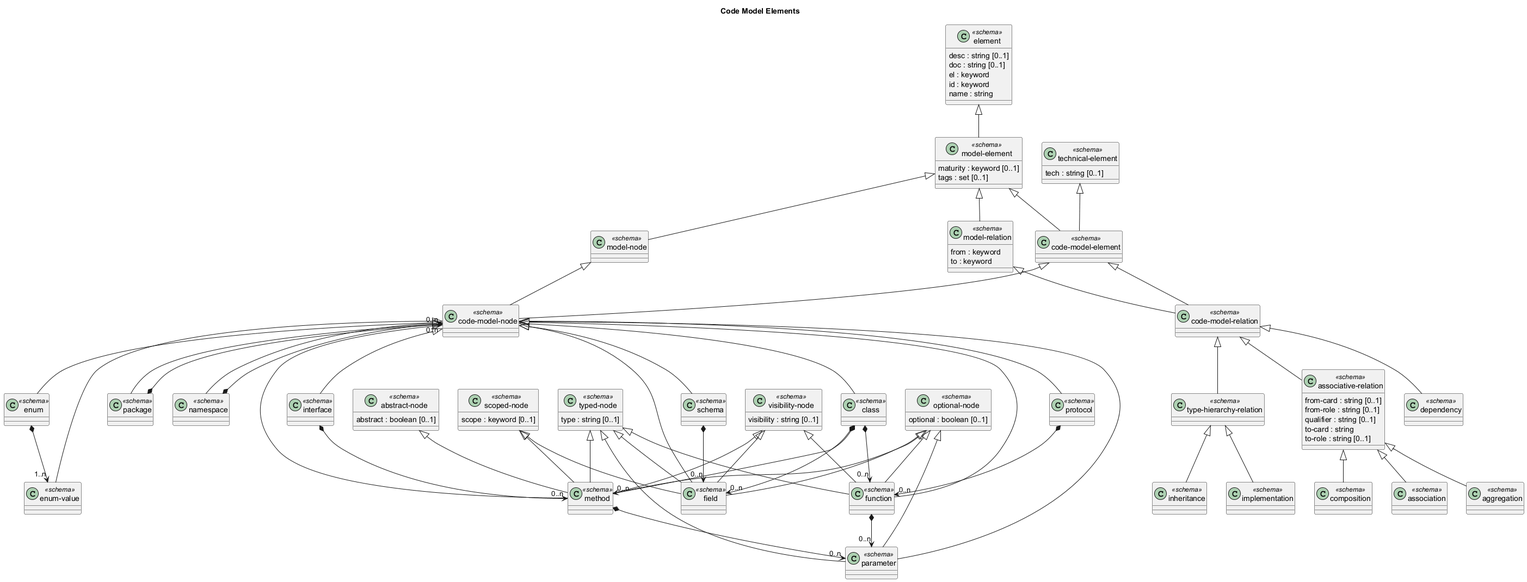
This is docs/overarch/data-model/code-model-elements.png from soulspace-org/overarch, a PlantUML export, as it was before one commit.
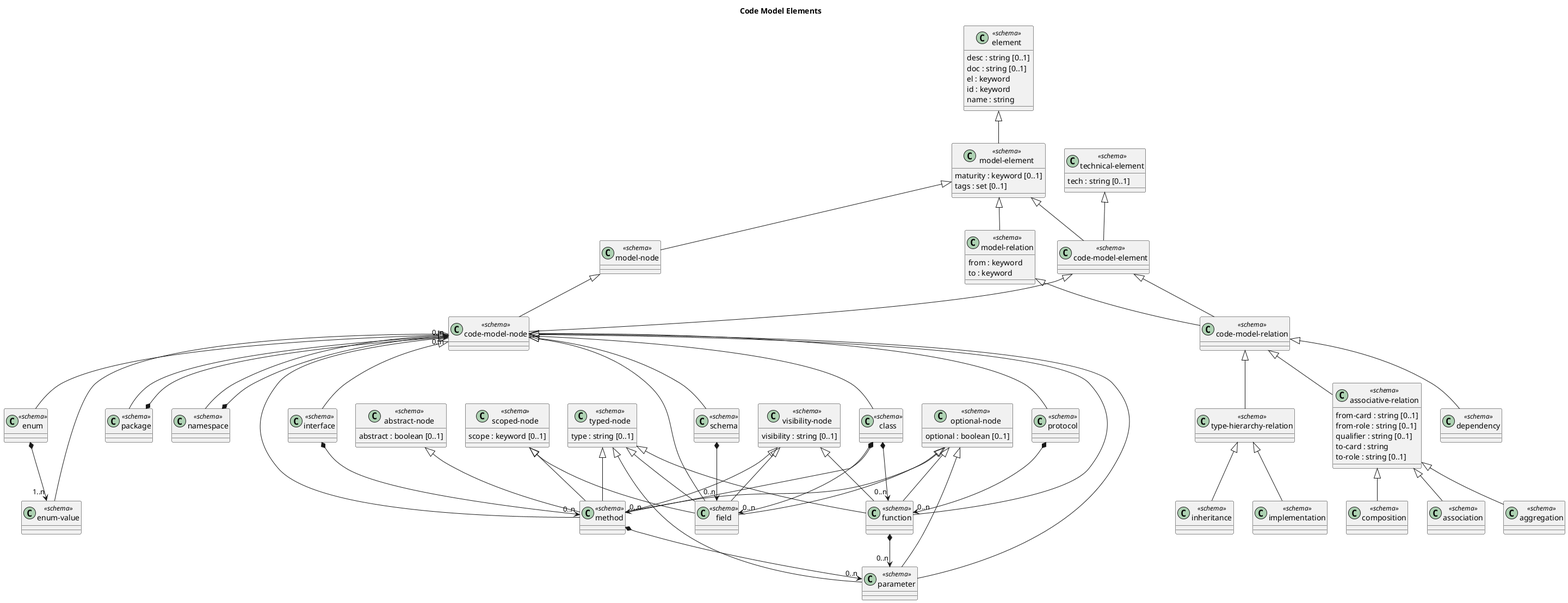
The same file after the commit.

The edit, as a diff of the source:
```diff
@@ -1,15 +1,22 @@
 @startuml code-model-elements
 title Code Model Elements
-class "enum-value" as overarch_dataModel_enumValue <<schema>> {}
-class "inheritance" as overarch_dataModel_inheritance <<schema>> {}
-class "model-node" as overarch_dataModel_modelNode <<schema>> {}
-class "class" as overarch_dataModel_class <<schema>> {}
-class "enum" as overarch_dataModel_enum <<schema>> {}
+class "enum-value" as overarch_dataModel_enumValue <<schema>> {
+}
+class "inheritance" as overarch_dataModel_inheritance <<schema>> {
+}
+class "model-node" as overarch_dataModel_modelNode <<schema>> {
+}
+class "class" as overarch_dataModel_class <<schema>> {
+}
+class "enum" as overarch_dataModel_enum <<schema>> {
+}
 class "scoped-node" as overarch_dataModel_scopedNode <<schema>> {
   scope : keyword [0..1]
 }
-class "function" as overarch_dataModel_function <<schema>> {}
-class "composition" as overarch_dataModel_composition <<schema>> {}
+class "function" as overarch_dataModel_function <<schema>> {
+}
+class "composition" as overarch_dataModel_composition <<schema>> {
+}
 class "element" as overarch_dataModel_element <<schema>> {
   desc : string [0..1]
   doc : string [0..1]
@@ -17,23 +24,29 @@
   id : keyword
   name : string
 }
-class "code-model-relation" as overarch_dataModel_codeModelRelation <<schema>> {}
+class "protocol" as overarch_dataModel_protocol <<schema>> {
+}
+class "code-model-relation" as overarch_dataModel_codeModelRelation <<schema>> {
+}
 class "model-element" as overarch_dataModel_modelElement <<schema>> {
   maturity : keyword [0..1]
   tags : set [0..1]
 }
-class "parameter" as overarch_dataModel_parameter <<schema>> {}
+class "parameter" as overarch_dataModel_parameter <<schema>> {
+}
 class "typed-node" as overarch_dataModel_typedNode <<schema>> {
   type : string [0..1]
 }
-class "type-hierarchy-relation" as overarch_dataModel_typeHierarchyRelation <<schema>> {}
-class "code-model-node" as overarch_dataModel_codeModelNode <<schema>> {}
-class "interface" as overarch_dataModel_interface <<schema>> {}
-class "package" as overarch_dataModel_package <<schema>> {}
-class "implementation" as overarch_dataModel_implementation <<schema>> {}
-class "protocol" as overarch_dataModel_protocol <<schema>> {}
-class "method" as overarch_dataModel_method <<schema>> {}
-class "association" as overarch_dataModel_association <<schema>> {}
+class "type-hierarchy-relation" as overarch_dataModel_typeHierarchyRelation <<schema>> {
+}
+class "code-model-node" as overarch_dataModel_codeModelNode <<schema>> {
+}
+class "implementation" as overarch_dataModel_implementation <<schema>> {
+}
+class "method" as overarch_dataModel_method <<schema>> {
+}
+class "association" as overarch_dataModel_association <<schema>> {
+}
 class "associative-relation" as overarch_dataModel_associativeRelation <<schema>> {
   from-card : string [0..1]
   from-role : string [0..1]
@@ -44,21 +57,31 @@
 class "technical-element" as overarch_dataModel_technicalElement <<schema>> {
   tech : string [0..1]
 }
-class "namespace" as overarch_dataModel_namespace <<schema>> {}
-class "aggregation" as overarch_dataModel_aggregation <<schema>> {}
-class "dependency" as overarch_dataModel_dependency <<schema>> {}
+class "schema" as overarch_dataModel_schema <<schema>> {
+}
+class "aggregation" as overarch_dataModel_aggregation <<schema>> {
+}
+class "dependency" as overarch_dataModel_dependency <<schema>> {
+}
+class "package" as overarch_dataModel_package <<schema>> {
+}
+class "namespace" as overarch_dataModel_namespace <<schema>> {
+}
 class "abstract-node" as overarch_dataModel_abstractNode <<schema>> {
   abstract : boolean [0..1]
 }
-class "code-model-element" as overarch_dataModel_codeModelElement <<schema>> {}
+class "code-model-element" as overarch_dataModel_codeModelElement <<schema>> {
+}
+class "interface" as overarch_dataModel_interface <<schema>> {
+}
 class "visibility-node" as overarch_dataModel_visibilityNode <<schema>> {
   visibility : string [0..1]
 }
-class "schema" as overarch_dataModel_schema <<schema>> {}
 class "optional-node" as overarch_dataModel_optionalNode <<schema>> {
   optional : boolean [0..1]
 }
-class "field" as overarch_dataModel_field <<schema>> {}
+class "field" as overarch_dataModel_field <<schema>> {
+}
 class "model-relation" as overarch_dataModel_modelRelation <<schema>> {
   from : keyword
   to : keyword
```
